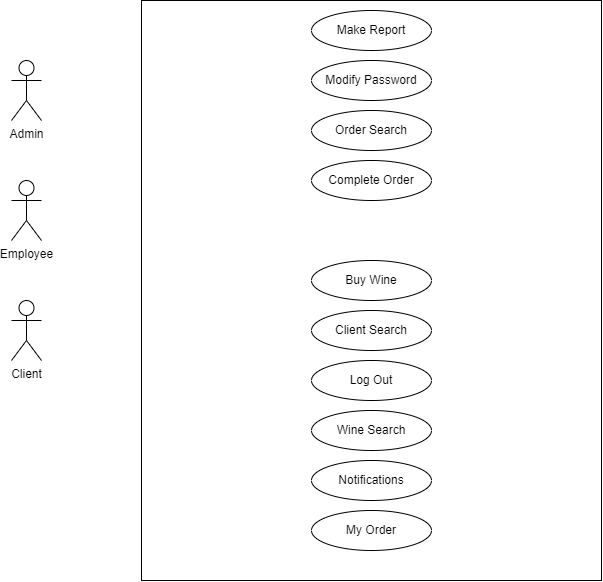
FedericoRisoli/Assegnamento keeps this draw.io diagram as Documentazione/Usecase.drawio.png. Above is the earlier version. Source tidied: cells renumbered, new cells last; positions are measured from the earlier drawing's top-left corner, leaving out a move shared by most shapes.
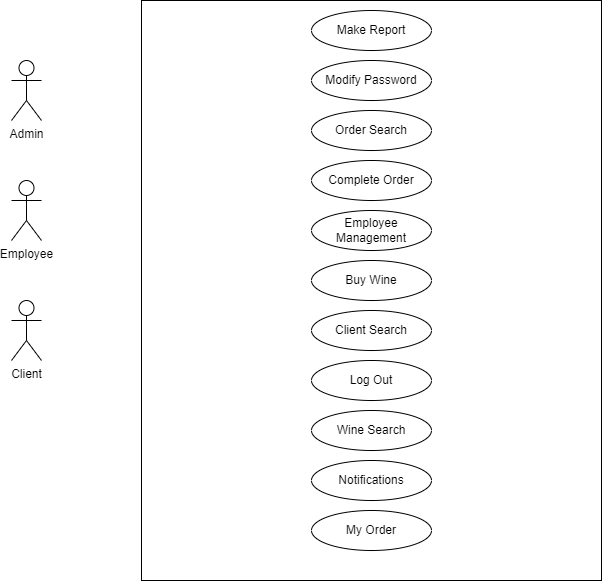
The same diagram one commit later.

Diff of the diagram source:
```diff
@@ -44,5 +44,8 @@
     <mxCell id="15" value="Make Report" style="ellipse;whiteSpace=wrap;html=1;" parent="1" vertex="1">
       <mxGeometry x="300" y="10" width="120" height="40" as="geometry" />
     </mxCell>
+    <mxCell id="16" value="Employee Management" style="ellipse;whiteSpace=wrap;html=1;" parent="1" vertex="1">
+      <mxGeometry x="300" y="210" width="120" height="40" as="geometry" />
+    </mxCell>
   </root>
 </mxGraphModel>
```
